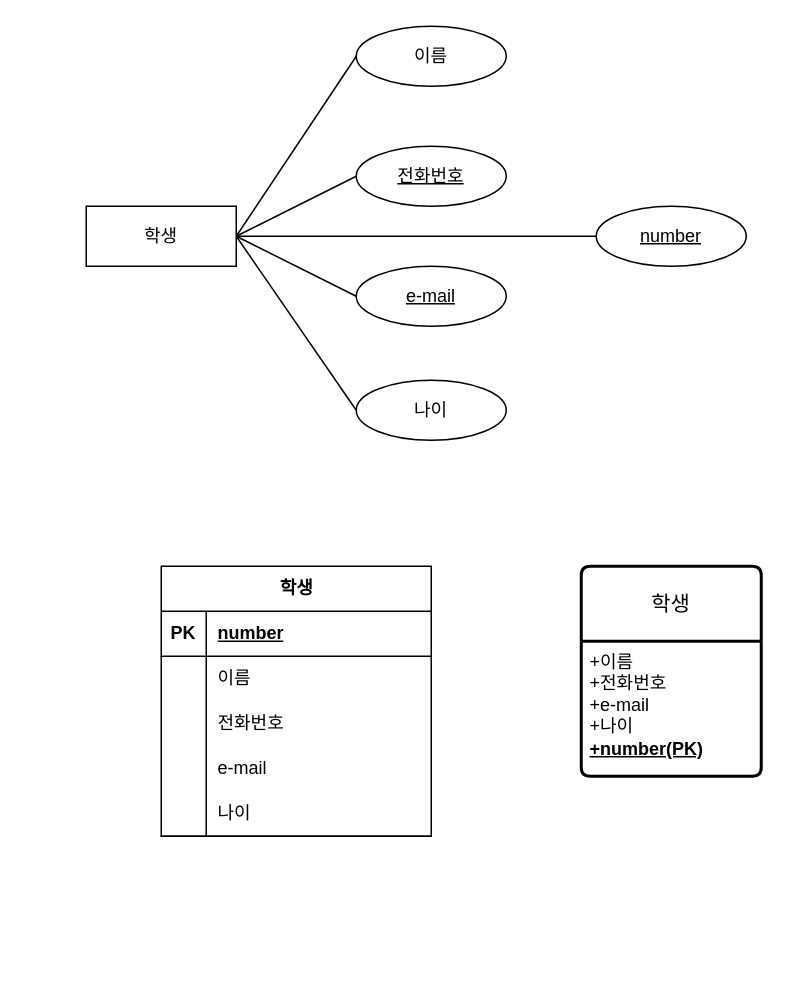
This is mysql.drawio from clavis13/clavis, a draw.io file, before an edit. Source tidied: cells renumbered, new cells numbered last; positions are measured from the earlier drawing's top-left corner, leaving out a move shared by most shapes. Both pictures are drawn from the tidied source at 150%, with x=0, y=0 at pixel (86, 26).
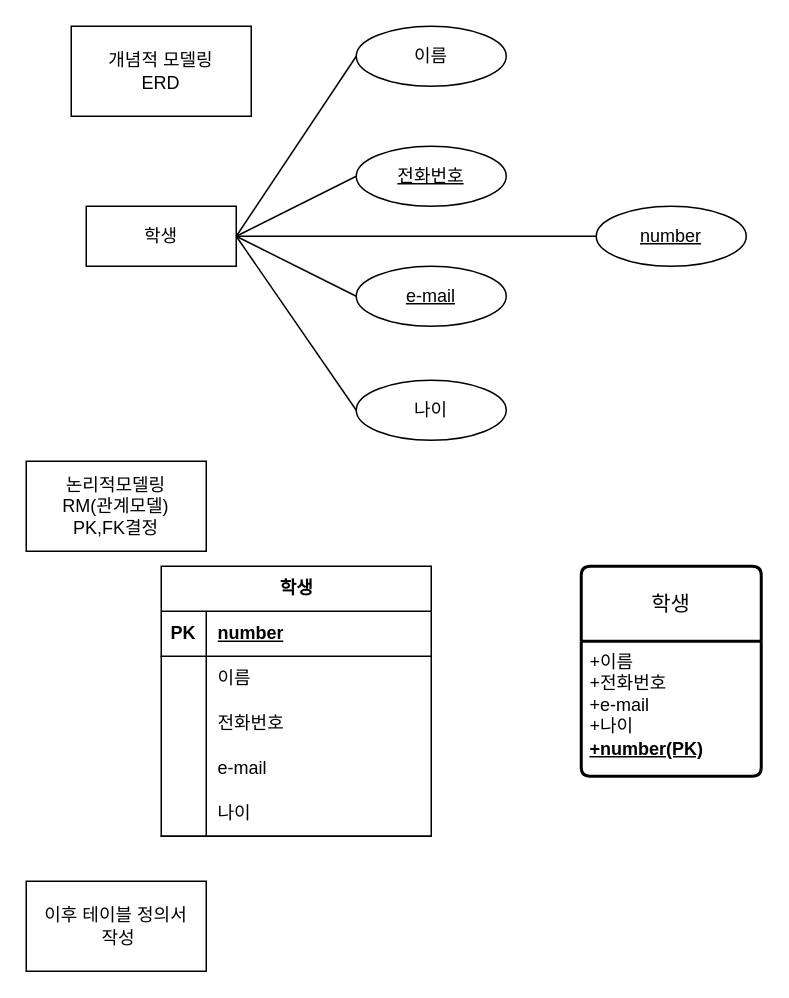
After the change.

What changed in the source:
```diff
@@
+    <mxCell id="31" value="이후 테이블 정의서&lt;br&gt;&amp;nbsp;작성" style="rounded=0;whiteSpace=wrap;html=1;" parent="1" vertex="1">
+      <mxGeometry x="-40" y="570" width="120" height="60" as="geometry" />
+    </mxCell>
+    <mxCell id="32" value="개념적 모델링&lt;br&gt;ERD" style="rounded=0;whiteSpace=wrap;html=1;" parent="1" vertex="1">
+      <mxGeometry x="-10" width="120" height="60" as="geometry" />
+    </mxCell>
+    <mxCell id="33" value="논리적모델링&lt;br&gt;RM(관계모델)&lt;br&gt;PK,FK결정" style="rounded=0;whiteSpace=wrap;html=1;" parent="1" vertex="1">
+      <mxGeometry x="-40" y="290" width="120" height="60" as="geometry" />
+    </mxCell>
```
